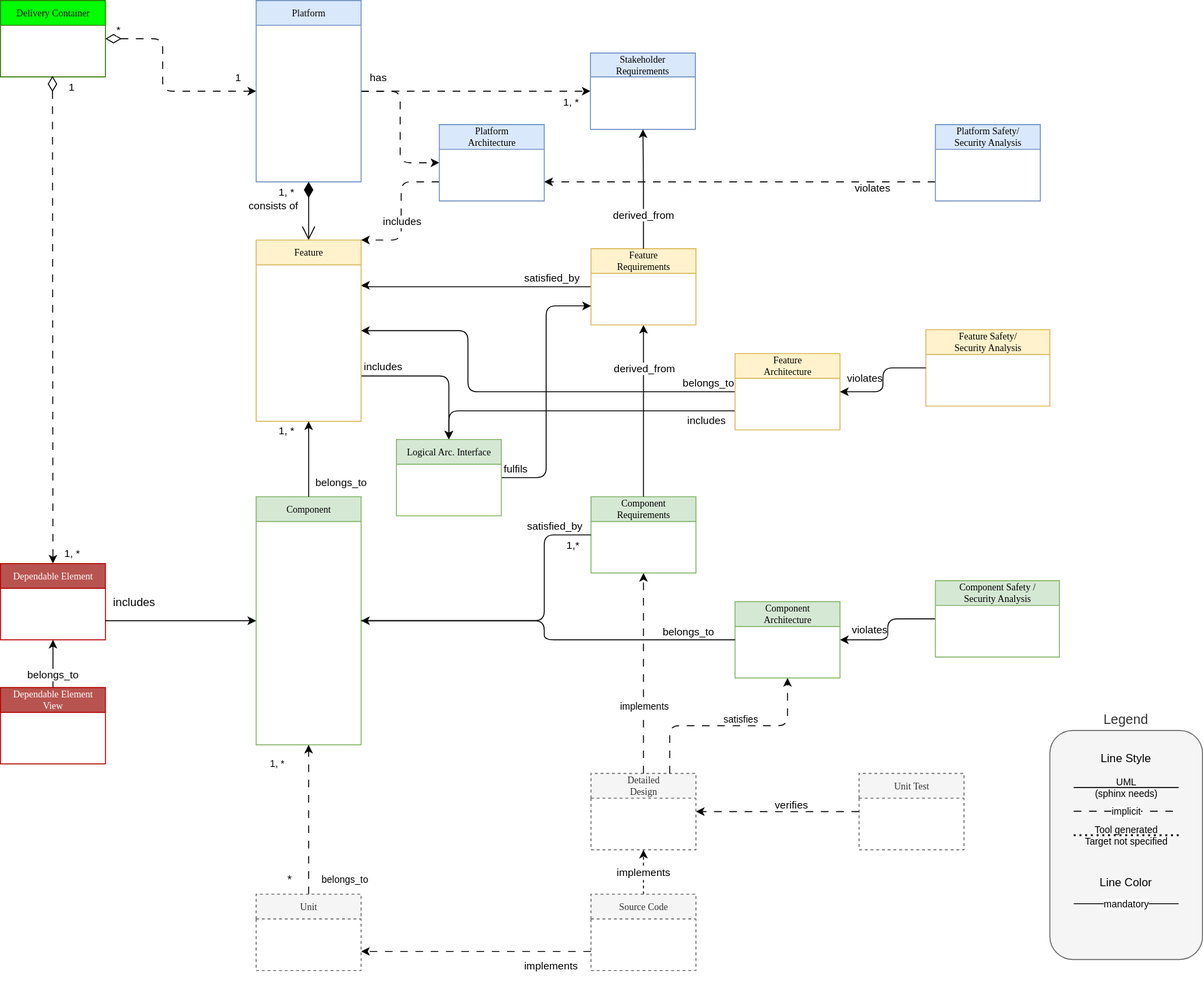
Before: main/_images/score_building_blocks_meta_model_simplified.drawio.svg, a diagram exported from draw.io (eclipse-score/process_description). Source tidied: cells renumbered, new cells last; positions are measured from the earlier drawing's top-left corner, leaving out a move shared by most shapes.
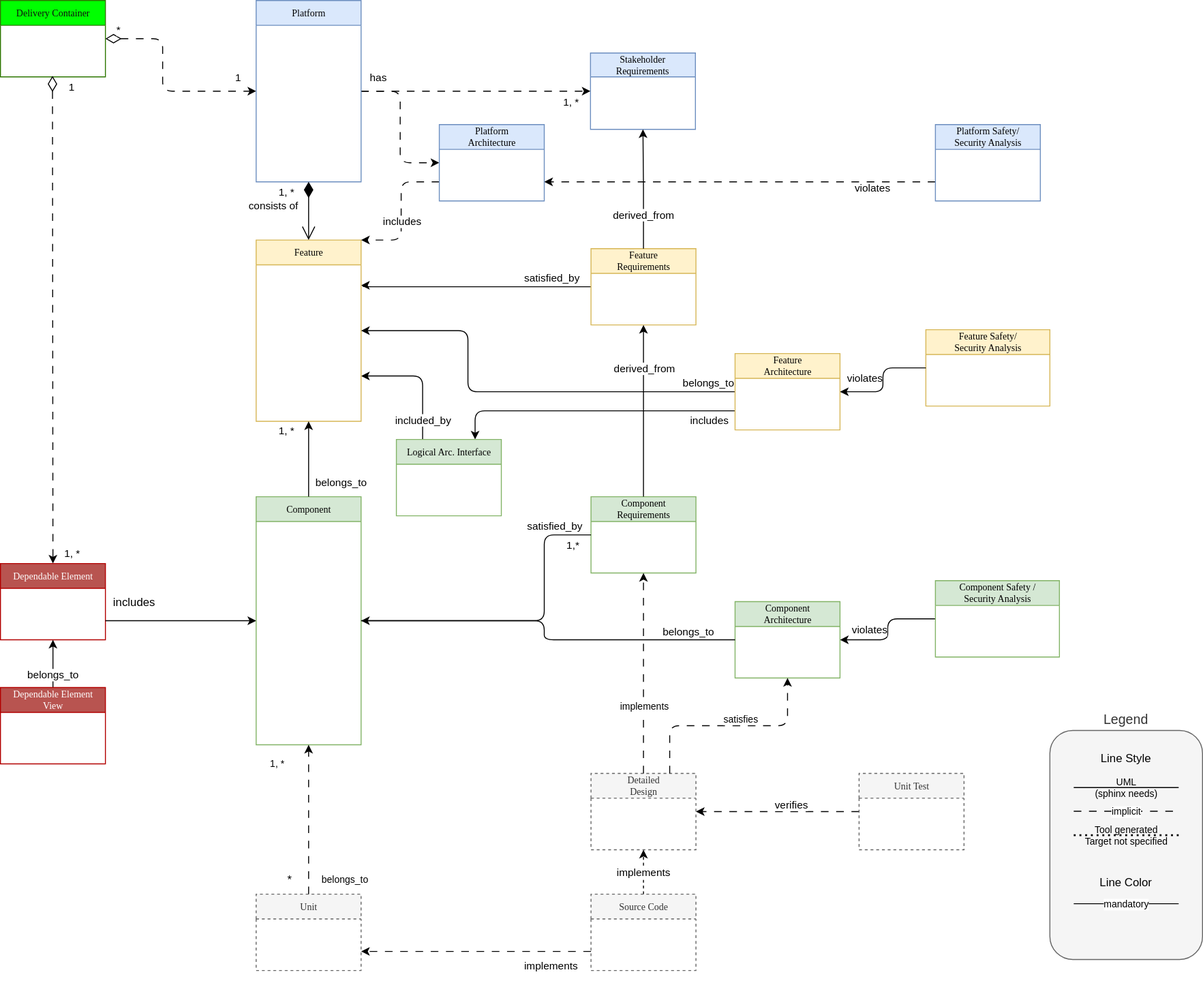
After the change.

Diff of the diagram source:
```diff
@@ -18,10 +18,8 @@
         <mxPoint x="-20" y="-7" as="offset" />
       </mxGeometry>
     </mxCell>
-    <mxCell id="5" value="includes" style="edgeStyle=orthogonalEdgeStyle;html=1;exitX=1;exitY=0.75;exitDx=0;exitDy=0;entryX=0.5;entryY=0;entryDx=0;entryDy=0;" parent="1" edge="1" source="6" target="60">
-      <mxGeometry x="-0.71" y="11" relative="1" as="geometry">
-        <mxPoint y="1" as="offset" />
-      </mxGeometry>
+    <mxCell id="5" value="included_by" style="edgeStyle=orthogonalEdgeStyle;html=1;exitX=1;exitY=0.75;exitDx=0;exitDy=0;entryX=0.25;entryY=0;entryDx=0;entryDy=0;endArrow=none;endFill=0;startArrow=classic;startFill=1;" parent="1" edge="1" source="6" target="60">
+      <mxGeometry x="0.69" relative="1" as="geometry" />
     </mxCell>
     <mxCell id="6" value="Feature" style="swimlane;html=1;fontStyle=0;horizontal=1;startSize=26;fillColor=#fff2cc;swimlaneFillColor=#ffffff;rounded=0;shadow=0;comic=0;labelBackgroundColor=none;strokeWidth=1;fontFamily=Verdana;fontSize=10;align=center;strokeColor=#d6b656;" parent="1" vertex="1">
       <mxGeometry x="268" y="251" width="110" height="190" as="geometry" />
@@ -35,7 +33,7 @@
     <mxCell id="9" value="Feature&lt;br&gt;Requirements" style="swimlane;html=1;fontStyle=0;horizontal=1;startSize=26;fillColor=#fff2cc;swimlaneFillColor=#ffffff;rounded=0;shadow=0;comic=0;labelBackgroundColor=none;strokeWidth=1;fontFamily=Verdana;fontSize=10;align=center;strokeColor=#d6b656;" parent="1" vertex="1">
       <mxGeometry x="619" y="260" width="110" height="80" as="geometry" />
     </mxCell>
-    <mxCell id="10" value="includes" style="edgeStyle=orthogonalEdgeStyle;html=1;exitX=0;exitY=0.75;exitDx=0;exitDy=0;entryX=0.5;entryY=0;entryDx=0;entryDy=0;" parent="1" edge="1" source="13" target="60">
+    <mxCell id="10" value="includes" style="edgeStyle=orthogonalEdgeStyle;html=1;exitX=0;exitY=0.75;exitDx=0;exitDy=0;entryX=0.75;entryY=0;entryDx=0;entryDy=0;" parent="1" edge="1" source="13" target="60">
       <mxGeometry x="-0.82" y="10" relative="1" as="geometry" />
     </mxCell>
     <mxCell id="11" style="edgeStyle=orthogonalEdgeStyle;html=1;exitX=0;exitY=0.5;exitDx=0;exitDy=0;entryX=1;entryY=0.5;entryDx=0;entryDy=0;" parent="1" edge="1" source="13" target="6">
@@ -248,9 +246,6 @@
         <mxPoint x="-37" y="-244" as="offset" />
       </mxGeometry>
     </mxCell>
-    <mxCell id="59" value="fulfils" style="edgeStyle=orthogonalEdgeStyle;html=1;entryX=0;entryY=0.75;entryDx=0;entryDy=0;exitX=1;exitY=0.5;exitDx=0;exitDy=0;strokeColor=#000000;verticalAlign=bottom;" parent="1" edge="1" source="60" target="9">
-      <mxGeometry x="-0.89" relative="1" as="geometry" />
-    </mxCell>
     <mxCell id="60" value="Logical Arc. Interface" style="swimlane;html=1;fontStyle=0;horizontal=1;startSize=26;fillColor=#d5e8d4;swimlaneFillColor=#ffffff;rounded=0;shadow=0;comic=0;labelBackgroundColor=none;strokeWidth=1;fontFamily=Verdana;fontSize=10;align=center;strokeColor=#82b366;" parent="1" vertex="1">
       <mxGeometry x="415" y="460" width="110" height="80" as="geometry" />
     </mxCell>
```
